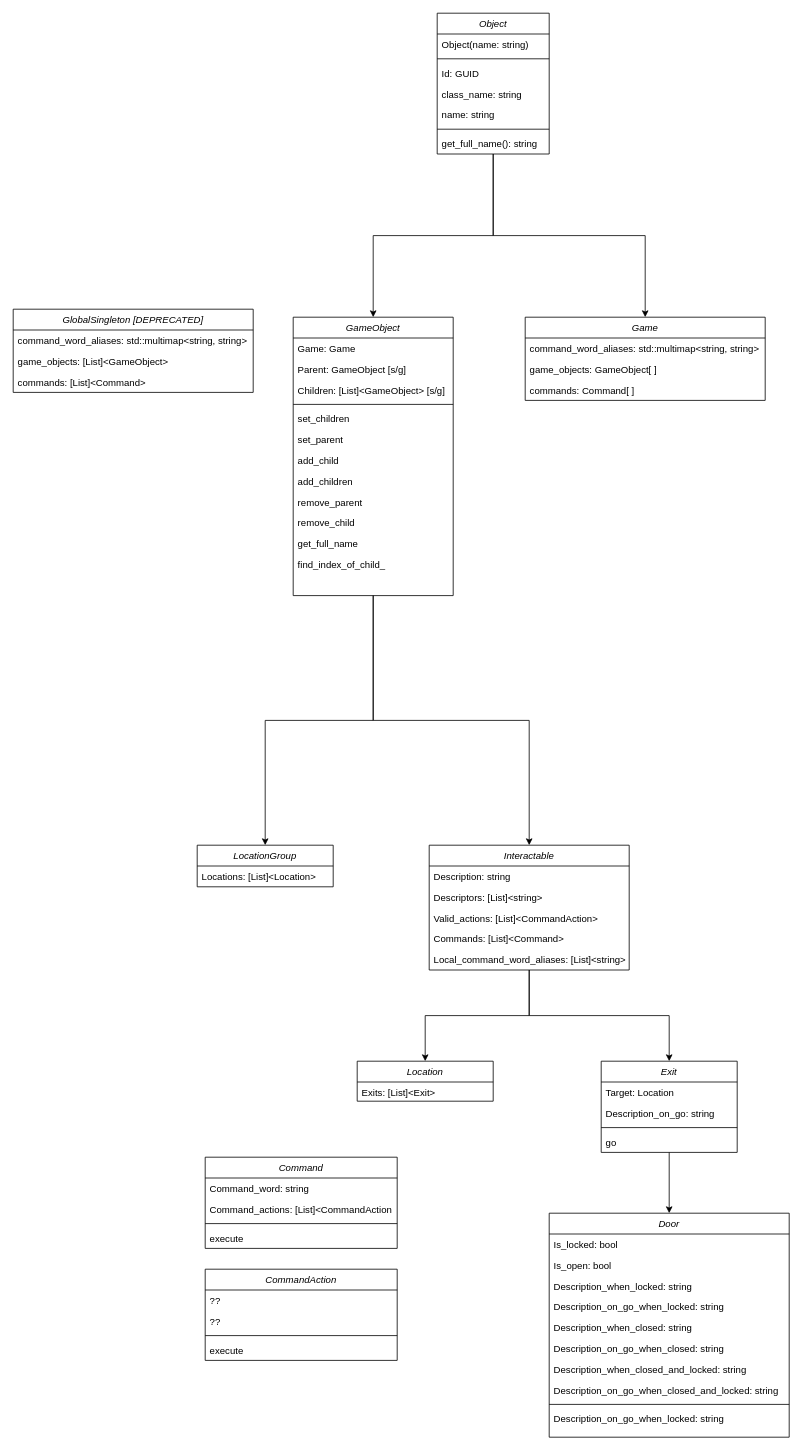
The draw.io diagram notes/Classes.drawio in seedback/TBGE, before the edit. Source tidied: cells renumbered, new cells numbered last; positions are measured from the earlier drawing's top-left corner, leaving out a move shared by most shapes. Both pictures are drawn from the tidied source at 80%, with x=0, y=0 at pixel (13, 13).
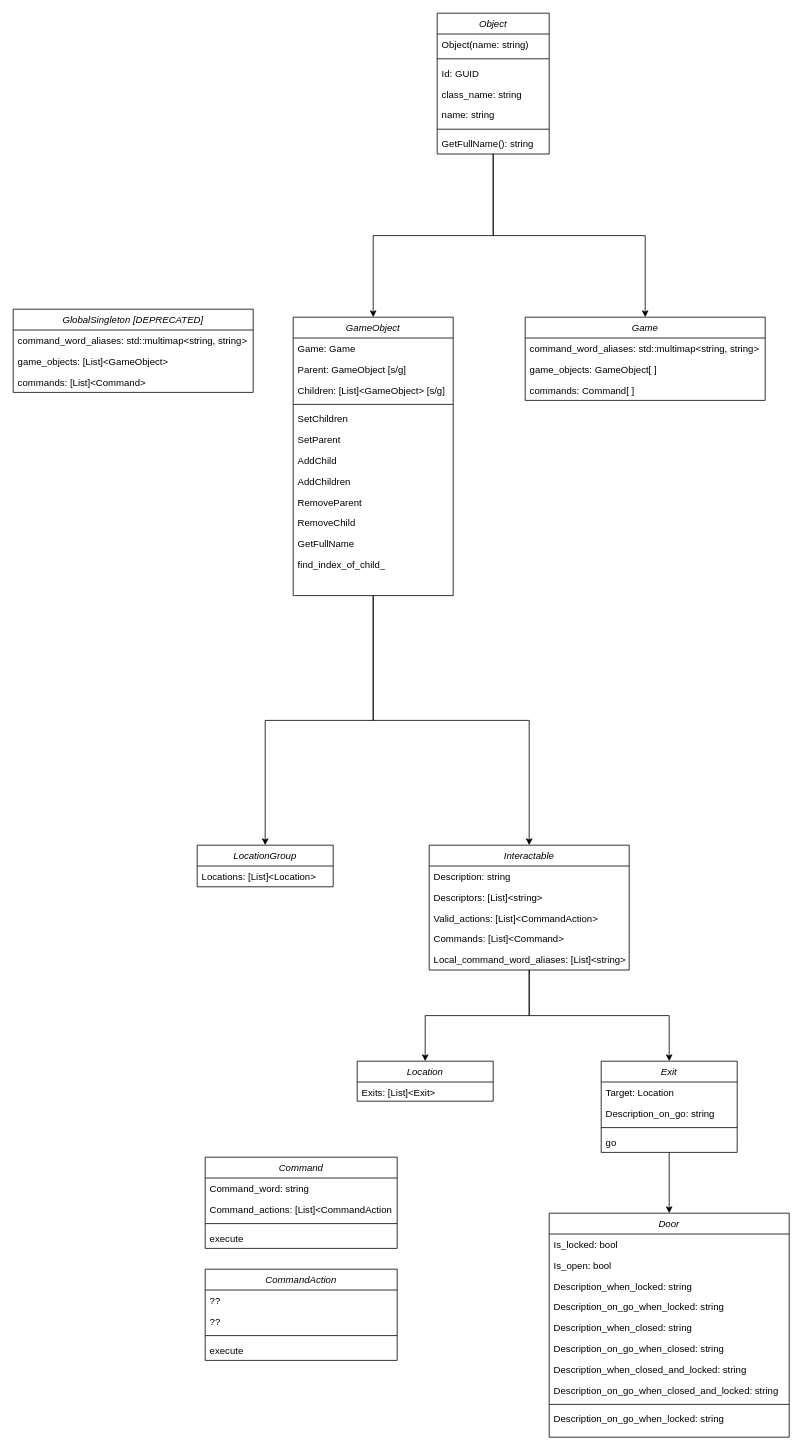
Above is the later version.

Unchanged cells that the change refers to:
```xml
<mxCell id="4" value="GameObject" style="swimlane;fontStyle=2;align=center;verticalAlign=top;horizontal=1;startSize=26;rounded=0;shadow=0;strokeWidth=1;" parent="1" vertex="1">
  <mxGeometry x="350" y="380" width="200" height="348" as="geometry" />
</mxCell>
<mxCell id="66" value="Object" style="swimlane;fontStyle=2;align=center;verticalAlign=top;horizontal=1;startSize=26;rounded=0;shadow=0;strokeWidth=1;" parent="1" vertex="1">
  <mxGeometry x="530" width="140" height="176" as="geometry" />
</mxCell>
```

Diff of the diagram source:
```diff
@@
-    <mxCell id="9" value="set_children" style="text;align=left;verticalAlign=top;spacingLeft=4;spacingRight=4;overflow=hidden;rounded=0;shadow=0;html=0;" parent="4" vertex="1">
+    <mxCell id="9" value="SetChildren" style="text;align=left;verticalAlign=top;spacingLeft=4;spacingRight=4;overflow=hidden;rounded=0;shadow=0;html=0;" parent="4" vertex="1">
       <mxGeometry y="114" width="200" height="26" as="geometry" />
     </mxCell>
-    <mxCell id="10" value="set_parent" style="text;align=left;verticalAlign=top;spacingLeft=4;spacingRight=4;overflow=hidden;rounded=0;shadow=0;html=0;" parent="4" vertex="1">
+    <mxCell id="10" value="SetParent" style="text;align=left;verticalAlign=top;spacingLeft=4;spacingRight=4;overflow=hidden;rounded=0;shadow=0;html=0;" parent="4" vertex="1">
       <mxGeometry y="140" width="200" height="26" as="geometry" />
     </mxCell>
-    <mxCell id="11" value="add_child" style="text;align=left;verticalAlign=top;spacingLeft=4;spacingRight=4;overflow=hidden;rounded=0;shadow=0;html=0;" parent="4" vertex="1">
+    <mxCell id="11" value="AddChild" style="text;align=left;verticalAlign=top;spacingLeft=4;spacingRight=4;overflow=hidden;rounded=0;shadow=0;html=0;" parent="4" vertex="1">
       <mxGeometry y="166" width="200" height="26" as="geometry" />
     </mxCell>
-    <mxCell id="12" value="add_children" style="text;align=left;verticalAlign=top;spacingLeft=4;spacingRight=4;overflow=hidden;rounded=0;shadow=0;html=0;" parent="4" vertex="1">
+    <mxCell id="12" value="AddChildren" style="text;align=left;verticalAlign=top;spacingLeft=4;spacingRight=4;overflow=hidden;rounded=0;shadow=0;html=0;" parent="4" vertex="1">
       <mxGeometry y="192" width="200" height="26" as="geometry" />
     </mxCell>
-    <mxCell id="13" value="remove_parent" style="text;align=left;verticalAlign=top;spacingLeft=4;spacingRight=4;overflow=hidden;rounded=0;shadow=0;html=0;" parent="4" vertex="1">
+    <mxCell id="13" value="RemoveParent" style="text;align=left;verticalAlign=top;spacingLeft=4;spacingRight=4;overflow=hidden;rounded=0;shadow=0;html=0;" parent="4" vertex="1">
       <mxGeometry y="218" width="200" height="26" as="geometry" />
     </mxCell>
-    <mxCell id="14" value="remove_child" style="text;align=left;verticalAlign=top;spacingLeft=4;spacingRight=4;overflow=hidden;rounded=0;shadow=0;html=0;" parent="4" vertex="1">
+    <mxCell id="14" value="RemoveChild" style="text;align=left;verticalAlign=top;spacingLeft=4;spacingRight=4;overflow=hidden;rounded=0;shadow=0;html=0;" parent="4" vertex="1">
       <mxGeometry y="244" width="200" height="26" as="geometry" />
     </mxCell>
-    <mxCell id="15" value="get_full_name" style="text;align=left;verticalAlign=top;spacingLeft=4;spacingRight=4;overflow=hidden;rounded=0;shadow=0;html=0;" parent="4" vertex="1">
+    <mxCell id="15" value="GetFullName" style="text;align=left;verticalAlign=top;spacingLeft=4;spacingRight=4;overflow=hidden;rounded=0;shadow=0;html=0;" parent="4" vertex="1">
       <mxGeometry y="270" width="200" height="26" as="geometry" />
     </mxCell>
@@
-    <mxCell id="73" value="get_full_name(): string" style="text;align=left;verticalAlign=top;spacingLeft=4;spacingRight=4;overflow=hidden;" parent="66" vertex="1">
+    <mxCell id="73" value="GetFullName(): string" style="text;align=left;verticalAlign=top;spacingLeft=4;spacingRight=4;overflow=hidden;" parent="66" vertex="1">
       <mxGeometry y="150" width="140" height="26" as="geometry" />
     </mxCell>
```
